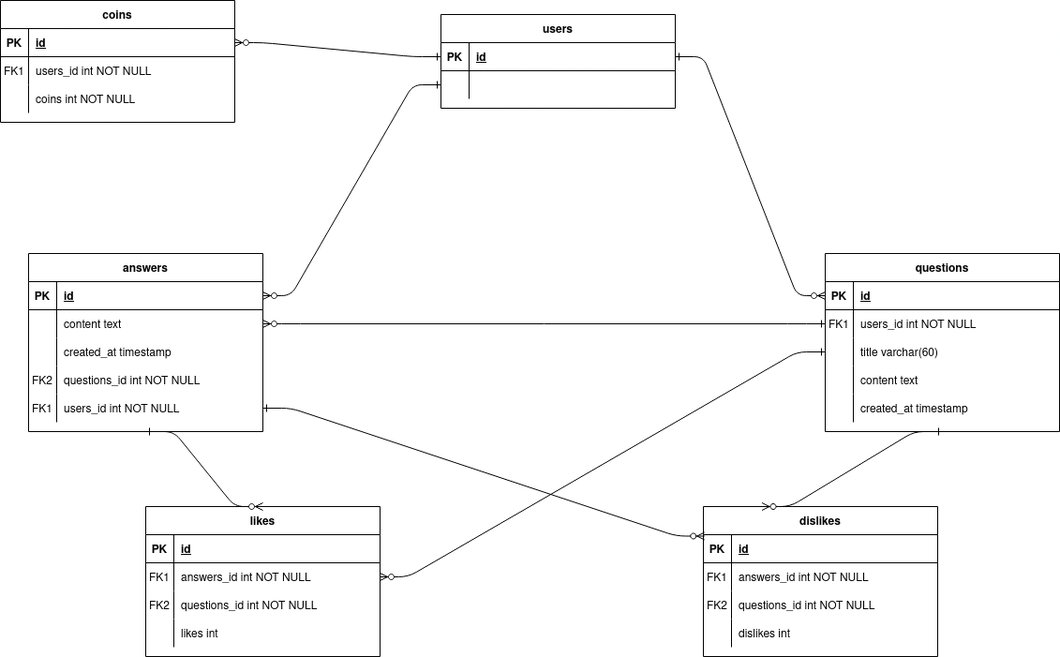
Earlier version of the draw.io export diagrama_er.png (cinnamon17/answers). Source tidied: cells renumbered, new cells last; positions are measured from the earlier drawing's top-left corner, leaving out a move shared by most shapes.
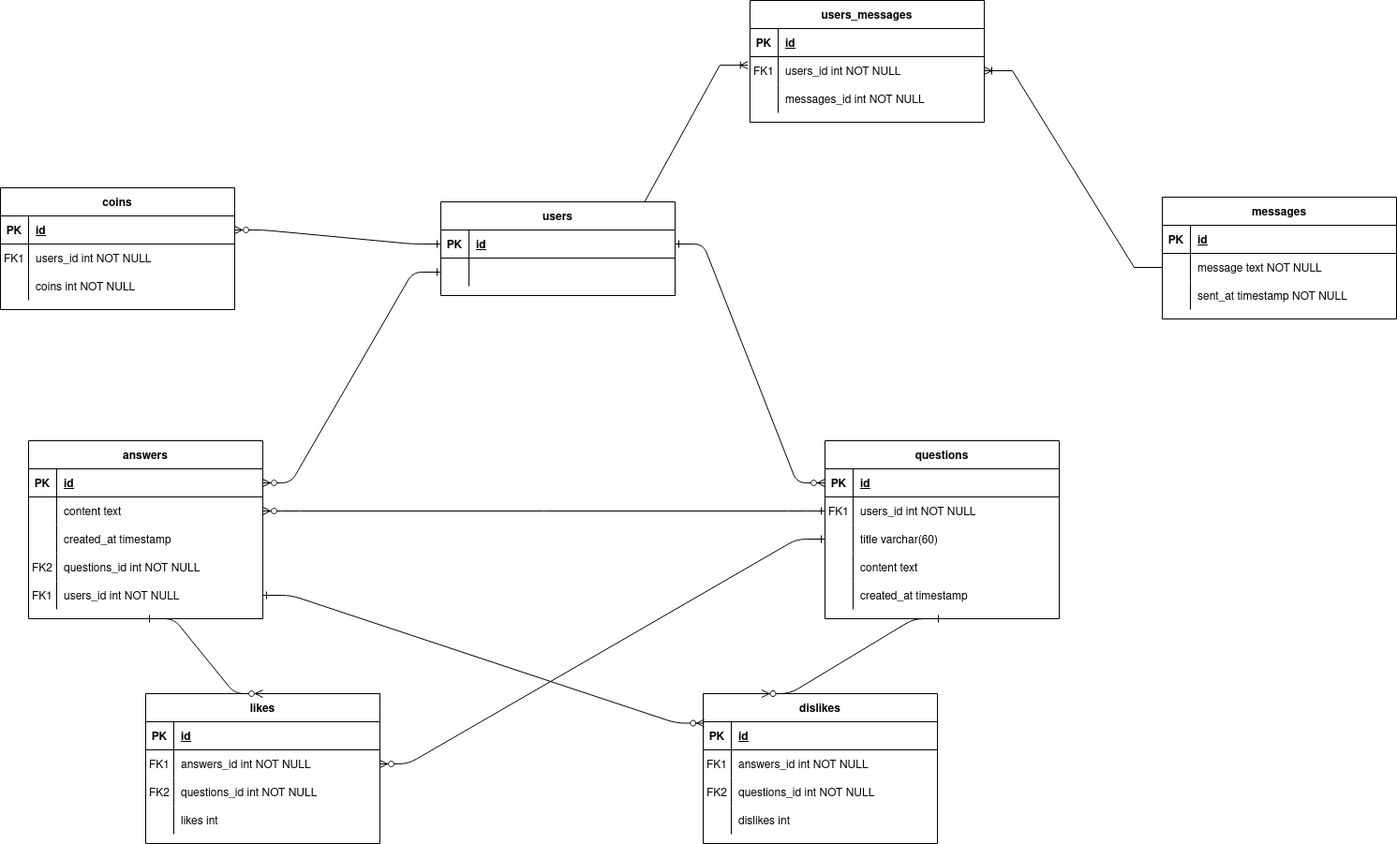
The same diagram one commit later.

Commit message:
table message added

What changed in the source:
```diff
@@ -251,5 +251,71 @@
     <mxCell id="84" style="edgeStyle=entityRelationEdgeStyle;endArrow=ERzeroToMany;startArrow=ERone;endFill=1;startFill=0;entryX=1;entryY=0.5;entryDx=0;entryDy=0;exitX=0;exitY=0.5;exitDx=0;exitDy=0;" parent="1" edge="1" source="8" target="70">
       <mxGeometry relative="1" as="geometry" />
     </mxCell>
+    <mxCell id="85" value="users_messages" style="shape=table;startSize=30;rowLines=0;fontStyle=1;align=center;" parent="1" vertex="1">
+      <mxGeometry x="800" y="-200" width="250" height="130" as="geometry" />
+    </mxCell>
+    <mxCell id="86" style="shape=partialRectangle;fillColor=none;top=0;left=0;right=0;bottom=1;" parent="85" vertex="1">
+      <mxGeometry y="30" width="250" height="30" as="geometry" />
+    </mxCell>
+    <mxCell id="87" value="PK" style="shape=partialRectangle;overflow=hidden;fillColor=none;top=0;left=0;bottom=0;right=0;fontStyle=1;" parent="86" vertex="1">
+      <mxGeometry width="30" height="30" as="geometry" />
+    </mxCell>
+    <mxCell id="88" value="id" style="shape=partialRectangle;overflow=hidden;fillColor=none;top=0;left=0;bottom=0;right=0;align=left;spacingLeft=6;fontStyle=5;" parent="86" vertex="1">
+      <mxGeometry x="30" width="220" height="30" as="geometry" />
+    </mxCell>
+    <mxCell id="89" style="shape=partialRectangle;fillColor=none;points=[[0,0.5],[1,0.5]];portConstraint=eastwest;top=0;left=0;right=0;bottom=0;" parent="85" vertex="1">
+      <mxGeometry y="60" width="250" height="30" as="geometry" />
+    </mxCell>
+    <mxCell id="90" value="FK1" style="shape=partialRectangle;overflow=hidden;fillColor=none;top=0;left=0;bottom=0;right=0;" parent="89" vertex="1">
+      <mxGeometry width="30" height="30" as="geometry" />
+    </mxCell>
+    <mxCell id="91" value="users_id int NOT NULL" style="shape=partialRectangle;overflow=hidden;fillColor=none;top=0;left=0;bottom=0;right=0;align=left;spacingLeft=6;" parent="89" vertex="1">
+      <mxGeometry x="30" width="220" height="30" as="geometry" />
+    </mxCell>
+    <mxCell id="92" style="shape=partialRectangle;fillColor=none;top=0;left=0;right=0;bottom=0;" parent="85" vertex="1">
+      <mxGeometry y="90" width="250" height="30" as="geometry" />
+    </mxCell>
+    <mxCell id="93" style="shape=partialRectangle;overflow=hidden;fillColor=none;top=0;left=0;bottom=0;right=0;" parent="92" vertex="1">
+      <mxGeometry width="30" height="30" as="geometry" />
+    </mxCell>
+    <mxCell id="94" value="messages_id int NOT NULL" style="shape=partialRectangle;overflow=hidden;fillColor=none;top=0;left=0;bottom=0;right=0;align=left;spacingLeft=6;" parent="92" vertex="1">
+      <mxGeometry x="30" width="220" height="30" as="geometry" />
+    </mxCell>
+    <mxCell id="95" value="messages" style="shape=table;startSize=30;rowLines=0;fontStyle=1;align=center;" parent="1" vertex="1">
+      <mxGeometry x="1240" y="10" width="250" height="130" as="geometry" />
+    </mxCell>
+    <mxCell id="96" style="shape=partialRectangle;fillColor=none;top=0;left=0;right=0;bottom=1;" parent="95" vertex="1">
+      <mxGeometry y="30" width="250" height="30" as="geometry" />
+    </mxCell>
+    <mxCell id="97" value="PK" style="shape=partialRectangle;overflow=hidden;fillColor=none;top=0;left=0;bottom=0;right=0;fontStyle=1;" parent="96" vertex="1">
+      <mxGeometry width="30" height="30" as="geometry" />
+    </mxCell>
+    <mxCell id="98" value="id" style="shape=partialRectangle;overflow=hidden;fillColor=none;top=0;left=0;bottom=0;right=0;align=left;spacingLeft=6;fontStyle=5;" parent="96" vertex="1">
+      <mxGeometry x="30" width="220" height="30" as="geometry" />
+    </mxCell>
+    <mxCell id="99" style="shape=partialRectangle;fillColor=none;points=[[0,0.5],[1,0.5]];portConstraint=eastwest;top=0;left=0;right=0;bottom=0;" parent="95" vertex="1">
+      <mxGeometry y="60" width="250" height="30" as="geometry" />
+    </mxCell>
+    <mxCell id="100" style="shape=partialRectangle;overflow=hidden;fillColor=none;top=0;left=0;bottom=0;right=0;" parent="99" vertex="1">
+      <mxGeometry width="30" height="30" as="geometry" />
+    </mxCell>
+    <mxCell id="101" value="message text NOT NULL" style="shape=partialRectangle;overflow=hidden;fillColor=none;top=0;left=0;bottom=0;right=0;align=left;spacingLeft=6;" parent="99" vertex="1">
+      <mxGeometry x="30" width="220" height="30" as="geometry" />
+    </mxCell>
+    <mxCell id="102" style="shape=partialRectangle;fillColor=none;top=0;left=0;right=0;bottom=0;" parent="95" vertex="1">
+      <mxGeometry y="90" width="250" height="30" as="geometry" />
+    </mxCell>
+    <mxCell id="103" style="shape=partialRectangle;overflow=hidden;fillColor=none;top=0;left=0;bottom=0;right=0;" parent="102" vertex="1">
+      <mxGeometry width="30" height="30" as="geometry" />
+    </mxCell>
+    <mxCell id="104" value="sent_at timestamp NOT NULL" style="shape=partialRectangle;overflow=hidden;fillColor=none;top=0;left=0;bottom=0;right=0;align=left;spacingLeft=6;" parent="102" vertex="1">
+      <mxGeometry x="30" width="220" height="30" as="geometry" />
+    </mxCell>
+    <mxCell id="105" style="edgeStyle=entityRelationEdgeStyle;fontSize=12;html=1;endArrow=ERoneToMany;rounded=0;exitX=0.75;exitY=0;exitDx=0;exitDy=0;entryX=-0.009;entryY=0.304;entryDx=0;entryDy=0;entryPerimeter=0;" parent="1" edge="1" source="33" target="89">
+      <mxGeometry relative="1" as="geometry" />
+    </mxCell>
+    <mxCell id="106" style="edgeStyle=entityRelationEdgeStyle;fontSize=12;html=1;endArrow=ERoneToMany;rounded=0;exitX=0;exitY=0.5;exitDx=0;exitDy=0;" parent="1" edge="1" source="99" target="89">
+      <mxGeometry relative="1" as="geometry" />
+    </mxCell>
   </root>
 </mxGraphModel>
```
